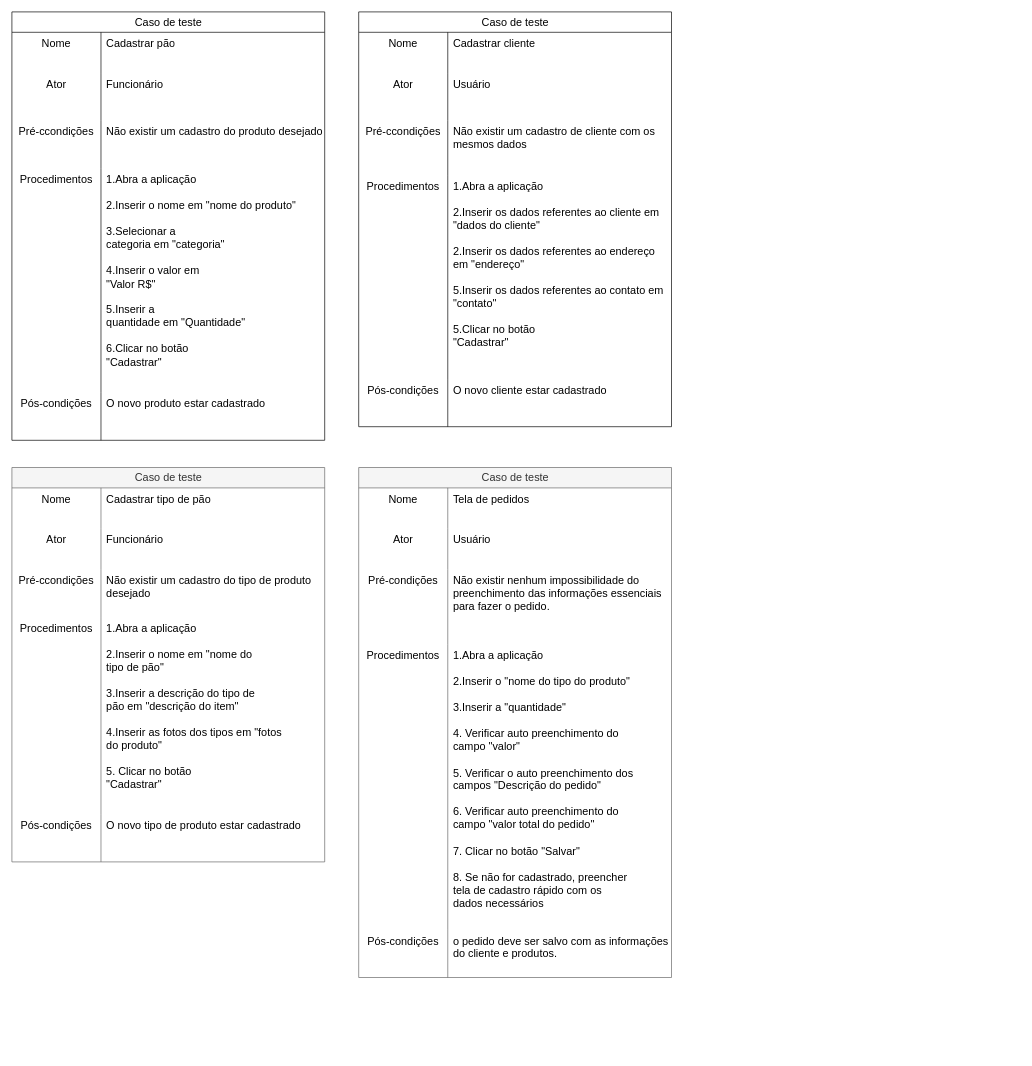
Earlier version of the draw.io diagram Diagramas/caso_de_teste.drawio (LeozinRomeiro/Modelagem_SENAI_CTM). Source tidied: cells renumbered, new cells numbered last; positions are measured from the earlier drawing's top-left corner, leaving out a move shared by most shapes. Both pictures are drawn from the tidied source at 68%, with x=0, y=0 at pixel (12, 12).
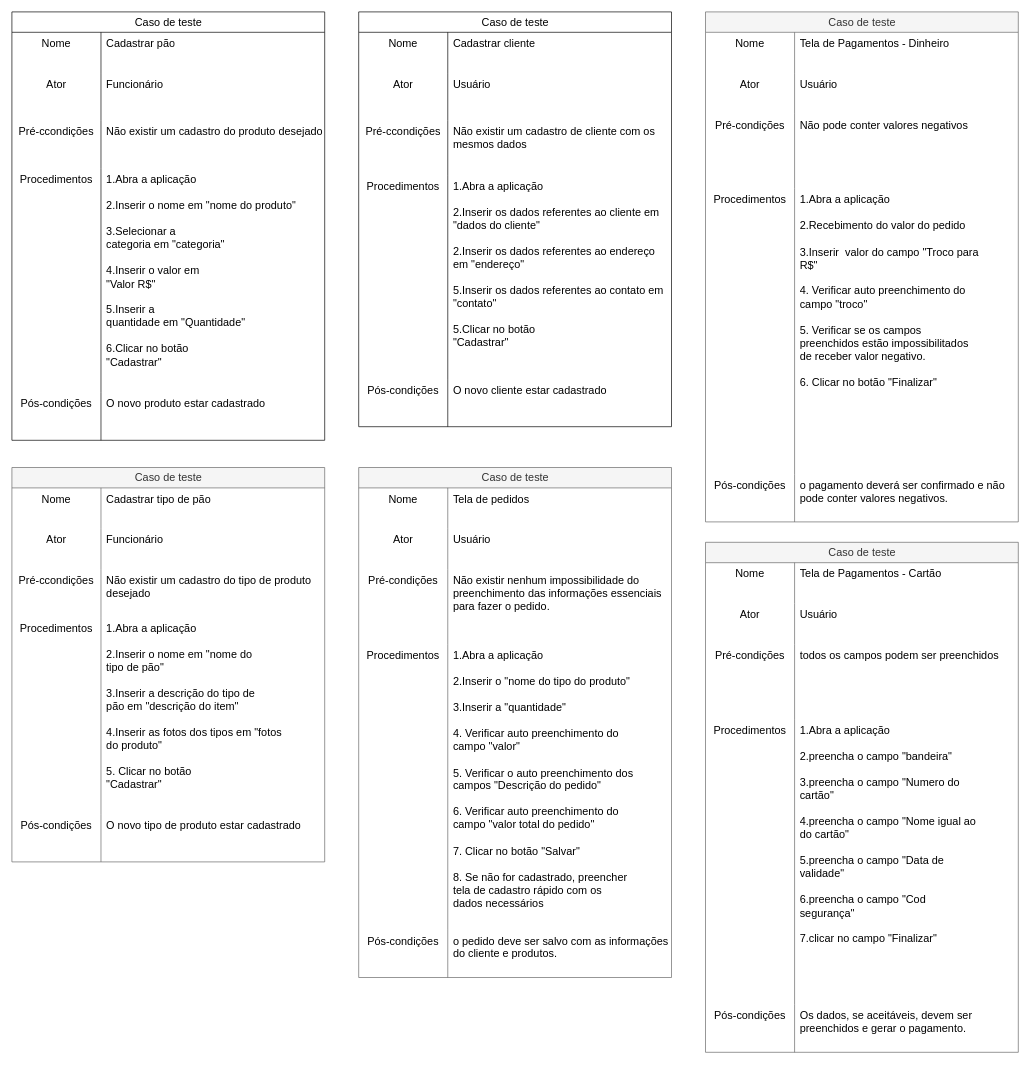
The same diagram, later.

What changed in the source:
```diff
@@
+    <mxCell id="66" value="Caso de teste" style="shape=table;startSize=30;childLayout=tableLayout;rowLines=0;fontStyle=0;strokeColor=#666666;fontSize=16;fontFamily=Helvetica;fontColor=#333333;fillColor=#f5f5f5;html=1;perimeterSpacing=0;strokeWidth=1;" parent="1" vertex="1">
+      <mxGeometry x="1020" width="460" height="750" as="geometry" />
+    </mxCell>
+    <mxCell id="67" style="shape=tableRow;horizontal=0;startSize=0;swimlaneHead=0;swimlaneBody=0;top=0;left=0;bottom=0;right=0;fillColor=none;strokeColor=inherit;fontSize=16;fontFamily=Helvetica;fontColor=default;html=1;" parent="66" vertex="1">
+      <mxGeometry y="30" width="460" height="60" as="geometry" />
+    </mxCell>
+    <mxCell id="68" value="Nome" style="shape=partialRectangle;html=1;whiteSpace=wrap;fillColor=none;top=0;left=0;bottom=0;right=0;overflow=hidden;strokeColor=inherit;fontSize=16;fontFamily=Helvetica;fontColor=default;startSize=30;verticalAlign=top;" parent="67" vertex="1">
+      <mxGeometry width="131" height="60" as="geometry" />
+    </mxCell>
+    <mxCell id="69" value="Tela de Pagamentos - Dinheiro" style="shape=partialRectangle;html=1;whiteSpace=wrap;fillColor=none;top=0;left=0;bottom=0;right=0;align=left;spacingLeft=6;overflow=hidden;strokeColor=inherit;fontSize=16;fontFamily=Helvetica;fontColor=default;startSize=30;verticalAlign=top;" parent="67" vertex="1">
+      <mxGeometry x="131" width="329" height="60" as="geometry" />
+    </mxCell>
+    <mxCell id="70" style="shape=tableRow;horizontal=0;startSize=0;swimlaneHead=0;swimlaneBody=0;top=0;left=0;bottom=0;right=0;fillColor=none;strokeColor=inherit;fontSize=16;fontFamily=Helvetica;fontColor=default;html=1;" parent="66" vertex="1">
+      <mxGeometry y="90" width="460" height="60" as="geometry" />
+    </mxCell>
+    <mxCell id="71" value="Ator" style="shape=partialRectangle;html=1;whiteSpace=wrap;fillColor=none;top=0;left=0;bottom=0;right=0;overflow=hidden;strokeColor=inherit;fontSize=16;fontFamily=Helvetica;fontColor=default;startSize=30;verticalAlign=top;" parent="70" vertex="1">
+      <mxGeometry width="131" height="60" as="geometry" />
+    </mxCell>
+    <mxCell id="72" value="Usuário" style="shape=partialRectangle;html=1;whiteSpace=wrap;fillColor=none;top=0;left=0;bottom=0;right=0;align=left;spacingLeft=6;overflow=hidden;strokeColor=inherit;fontSize=16;fontFamily=Helvetica;fontColor=default;startSize=30;verticalAlign=top;" parent="70" vertex="1">
+      <mxGeometry x="131" width="329" height="60" as="geometry" />
+    </mxCell>
+    <mxCell id="73" style="shape=tableRow;horizontal=0;startSize=0;swimlaneHead=0;swimlaneBody=0;top=0;left=0;bottom=0;right=0;fillColor=none;strokeColor=inherit;fontSize=16;fontFamily=Helvetica;fontColor=default;html=1;" parent="66" vertex="1">
+      <mxGeometry y="150" width="460" height="110" as="geometry" />
+    </mxCell>
+    <mxCell id="74" value="Pré-condições" style="shape=partialRectangle;html=1;whiteSpace=wrap;fillColor=none;top=0;left=0;bottom=0;right=0;overflow=hidden;strokeColor=inherit;fontSize=16;fontFamily=Helvetica;fontColor=default;startSize=30;verticalAlign=top;" parent="73" vertex="1">
+      <mxGeometry width="131" height="110" as="geometry" />
+    </mxCell>
+    <mxCell id="75" value="Não pode conter valores negativos&amp;nbsp;" style="shape=partialRectangle;html=1;whiteSpace=wrap;fillColor=none;top=0;left=0;bottom=0;right=0;align=left;spacingLeft=6;overflow=hidden;strokeColor=inherit;fontSize=16;fontFamily=Helvetica;fontColor=default;startSize=30;verticalAlign=top;" parent="73" vertex="1">
+      <mxGeometry x="131" width="329" height="110" as="geometry" />
+    </mxCell>
+    <mxCell id="76" style="shape=tableRow;horizontal=0;startSize=0;swimlaneHead=0;swimlaneBody=0;top=0;left=0;bottom=0;right=0;fillColor=none;strokeColor=inherit;fontSize=16;fontFamily=Helvetica;fontColor=default;html=1;" parent="66" vertex="1">
+      <mxGeometry y="260" width="460" height="420" as="geometry" />
+    </mxCell>
+    <mxCell id="77" value="Procedimentos" style="shape=partialRectangle;html=1;whiteSpace=wrap;fillColor=none;top=0;left=0;bottom=0;right=0;overflow=hidden;strokeColor=inherit;fontSize=16;fontFamily=Helvetica;fontColor=default;startSize=30;verticalAlign=top;" parent="76" vertex="1">
+      <mxGeometry width="131" height="420" as="geometry" />
+    </mxCell>
+    <mxCell id="78" value="1.Abra a aplicação&lt;br&gt;&lt;br&gt;&lt;table style=&quot;border-collapse:&lt;br/&gt; collapse;width:200pt&quot; width=&quot;267&quot; cellspacing=&quot;0&quot; cellpadding=&quot;0&quot; border=&quot;0&quot;&gt;&lt;tbody&gt;&lt;tr style=&quot;height:15.0pt&quot; height=&quot;20&quot;&gt;  &lt;td style=&quot;height:15.0pt;width:200pt&quot; width=&quot;267&quot; height=&quot;20&quot;&gt;2.Recebimento do valor do pedido&lt;br&gt;&lt;br&gt;&lt;table style=&quot;border-collapse:&lt;br/&gt; collapse;width:200pt&quot; width=&quot;267&quot; cellspacing=&quot;0&quot; cellpadding=&quot;0&quot; border=&quot;0&quot;&gt;&lt;tbody&gt;&lt;tr style=&quot;height:15.0pt&quot; height=&quot;20&quot;&gt;  &lt;td style=&quot;height:15.0pt;width:200pt&quot; width=&quot;267&quot; height=&quot;20&quot;&gt;3.Inserir&amp;nbsp; valor do campo &quot;Troco para R$&quot;&lt;br&gt;&lt;table style=&quot;border-collapse:&lt;br/&gt; collapse;width:200pt&quot; width=&quot;267&quot; cellspacing=&quot;0&quot; cellpadding=&quot;0&quot; border=&quot;0&quot;&gt;&lt;tbody&gt;&lt;tr style=&quot;height:15.0pt&quot; height=&quot;20&quot;&gt;&lt;td style=&quot;height:15.0pt;width:200pt&quot; width=&quot;267&quot; height=&quot;20&quot;&gt;&lt;br&gt;4. Verificar auto preenchimento do campo &quot;troco&quot;&lt;br&gt;&lt;br&gt;5. Verificar se os campos preenchidos estão impossibilitados de receber valor negativo.&lt;br&gt;&lt;br&gt;6. Clicar no botão &quot;Finalizar&quot;&lt;br&gt;&lt;br&gt;&lt;/td&gt;&lt;/tr&gt;&lt;/tbody&gt;&lt;/table&gt;&lt;/td&gt;&lt;/tr&gt;&lt;/tbody&gt;&lt;/table&gt;&lt;/td&gt;&lt;/tr&gt;&lt;/tbody&gt;&lt;/table&gt;" style="shape=partialRectangle;html=1;whiteSpace=wrap;fillColor=none;top=0;left=0;bottom=0;right=0;align=left;spacingLeft=6;overflow=hidden;strokeColor=inherit;fontSize=16;fontFamily=Helvetica;fontColor=default;startSize=30;verticalAlign=top;" parent="76" vertex="1">
+      <mxGeometry x="131" width="329" height="420" as="geometry" />
+    </mxCell>
+    <mxCell id="79" style="shape=tableRow;horizontal=0;startSize=0;swimlaneHead=0;swimlaneBody=0;top=0;left=0;bottom=0;right=0;fillColor=none;strokeColor=inherit;fontSize=16;fontFamily=Helvetica;fontColor=default;html=1;" parent="66" vertex="1">
+      <mxGeometry y="680" width="460" height="70" as="geometry" />
+    </mxCell>
+    <mxCell id="80" value="Pós-condições" style="shape=partialRectangle;html=1;whiteSpace=wrap;fillColor=none;top=0;left=0;bottom=0;right=0;overflow=hidden;strokeColor=inherit;fontSize=16;fontFamily=Helvetica;fontColor=default;startSize=30;verticalAlign=top;" parent="79" vertex="1">
+      <mxGeometry width="131" height="70" as="geometry" />
+    </mxCell>
+    <mxCell id="81" value="o pagamento deverá ser confirmado e não pode conter valores negativos." style="shape=partialRectangle;html=1;whiteSpace=wrap;fillColor=none;top=0;left=0;bottom=0;right=0;align=left;spacingLeft=6;overflow=hidden;strokeColor=inherit;fontSize=16;fontFamily=Helvetica;fontColor=default;startSize=30;verticalAlign=top;perimeterSpacing=1;strokeWidth=5;" parent="79" vertex="1">
+      <mxGeometry x="131" width="329" height="70" as="geometry" />
+    </mxCell>
+    <mxCell id="82" value="Caso de teste" style="shape=table;startSize=30;childLayout=tableLayout;rowLines=0;fontStyle=0;strokeColor=#666666;fontSize=16;fontFamily=Helvetica;fontColor=#333333;fillColor=#f5f5f5;html=1;perimeterSpacing=0;strokeWidth=1;" parent="1" vertex="1">
+      <mxGeometry x="1020" y="780" width="460" height="750" as="geometry" />
+    </mxCell>
+    <mxCell id="83" style="shape=tableRow;horizontal=0;startSize=0;swimlaneHead=0;swimlaneBody=0;top=0;left=0;bottom=0;right=0;fillColor=none;strokeColor=inherit;fontSize=16;fontFamily=Helvetica;fontColor=default;html=1;" parent="82" vertex="1">
+      <mxGeometry y="30" width="460" height="60" as="geometry" />
+    </mxCell>
+    <mxCell id="84" value="Nome" style="shape=partialRectangle;html=1;whiteSpace=wrap;fillColor=none;top=0;left=0;bottom=0;right=0;overflow=hidden;strokeColor=inherit;fontSize=16;fontFamily=Helvetica;fontColor=default;startSize=30;verticalAlign=top;" parent="83" vertex="1">
+      <mxGeometry width="131" height="60" as="geometry" />
+    </mxCell>
+    <mxCell id="85" value="Tela de Pagamentos - Cartão" style="shape=partialRectangle;html=1;whiteSpace=wrap;fillColor=none;top=0;left=0;bottom=0;right=0;align=left;spacingLeft=6;overflow=hidden;strokeColor=inherit;fontSize=16;fontFamily=Helvetica;fontColor=default;startSize=30;verticalAlign=top;" parent="83" vertex="1">
+      <mxGeometry x="131" width="329" height="60" as="geometry" />
+    </mxCell>
+    <mxCell id="86" style="shape=tableRow;horizontal=0;startSize=0;swimlaneHead=0;swimlaneBody=0;top=0;left=0;bottom=0;right=0;fillColor=none;strokeColor=inherit;fontSize=16;fontFamily=Helvetica;fontColor=default;html=1;" parent="82" vertex="1">
+      <mxGeometry y="90" width="460" height="60" as="geometry" />
+    </mxCell>
+    <mxCell id="87" value="Ator" style="shape=partialRectangle;html=1;whiteSpace=wrap;fillColor=none;top=0;left=0;bottom=0;right=0;overflow=hidden;strokeColor=inherit;fontSize=16;fontFamily=Helvetica;fontColor=default;startSize=30;verticalAlign=top;" parent="86" vertex="1">
+      <mxGeometry width="131" height="60" as="geometry" />
+    </mxCell>
+    <mxCell id="88" value="Usuário" style="shape=partialRectangle;html=1;whiteSpace=wrap;fillColor=none;top=0;left=0;bottom=0;right=0;align=left;spacingLeft=6;overflow=hidden;strokeColor=inherit;fontSize=16;fontFamily=Helvetica;fontColor=default;startSize=30;verticalAlign=top;" parent="86" vertex="1">
+      <mxGeometry x="131" width="329" height="60" as="geometry" />
+    </mxCell>
+    <mxCell id="89" style="shape=tableRow;horizontal=0;startSize=0;swimlaneHead=0;swimlaneBody=0;top=0;left=0;bottom=0;right=0;fillColor=none;strokeColor=inherit;fontSize=16;fontFamily=Helvetica;fontColor=default;html=1;" parent="82" vertex="1">
+      <mxGeometry y="150" width="460" height="110" as="geometry" />
+    </mxCell>
+    <mxCell id="90" value="Pré-condições" style="shape=partialRectangle;html=1;whiteSpace=wrap;fillColor=none;top=0;left=0;bottom=0;right=0;overflow=hidden;strokeColor=inherit;fontSize=16;fontFamily=Helvetica;fontColor=default;startSize=30;verticalAlign=top;" parent="89" vertex="1">
+      <mxGeometry width="131" height="110" as="geometry" />
+    </mxCell>
+    <mxCell id="91" value="todos os campos podem ser preenchidos" style="shape=partialRectangle;html=1;whiteSpace=wrap;fillColor=none;top=0;left=0;bottom=0;right=0;align=left;spacingLeft=6;overflow=hidden;strokeColor=inherit;fontSize=16;fontFamily=Helvetica;fontColor=default;startSize=30;verticalAlign=top;" parent="89" vertex="1">
+      <mxGeometry x="131" width="329" height="110" as="geometry" />
+    </mxCell>
+    <mxCell id="92" style="shape=tableRow;horizontal=0;startSize=0;swimlaneHead=0;swimlaneBody=0;top=0;left=0;bottom=0;right=0;fillColor=none;strokeColor=inherit;fontSize=16;fontFamily=Helvetica;fontColor=default;html=1;" parent="82" vertex="1">
+      <mxGeometry y="260" width="460" height="420" as="geometry" />
+    </mxCell>
+    <mxCell id="93" value="Procedimentos" style="shape=partialRectangle;html=1;whiteSpace=wrap;fillColor=none;top=0;left=0;bottom=0;right=0;overflow=hidden;strokeColor=inherit;fontSize=16;fontFamily=Helvetica;fontColor=default;startSize=30;verticalAlign=top;" parent="92" vertex="1">
+      <mxGeometry width="131" height="420" as="geometry" />
+    </mxCell>
+    <mxCell id="94" value="1.Abra a aplicação&lt;br&gt;&lt;br&gt;&lt;table style=&quot;border-collapse:&lt;br/&gt; collapse;width:200pt&quot; width=&quot;267&quot; cellspacing=&quot;0&quot; cellpadding=&quot;0&quot; border=&quot;0&quot;&gt;&lt;tbody&gt;&lt;tr style=&quot;height:15.0pt&quot; height=&quot;20&quot;&gt;  &lt;td style=&quot;height:15.0pt;width:200pt&quot; width=&quot;267&quot; height=&quot;20&quot;&gt;2.preencha o campo &quot;bandeira&quot;&lt;br&gt;&lt;br&gt;&lt;table style=&quot;border-collapse:&lt;br/&gt; collapse;width:200pt&quot; width=&quot;267&quot; cellspacing=&quot;0&quot; cellpadding=&quot;0&quot; border=&quot;0&quot;&gt;&lt;tbody&gt;&lt;tr style=&quot;height:15.0pt&quot; height=&quot;20&quot;&gt;  &lt;td style=&quot;height:15.0pt;width:200pt&quot; width=&quot;267&quot; height=&quot;20&quot;&gt;3.preencha o campo &quot;Numero do cartão&quot;&lt;br&gt;&lt;br&gt;4.preencha o campo &quot;Nome igual ao do cartão&quot;&lt;br&gt;&lt;br&gt;5.preencha o campo &quot;Data de validade&quot;&lt;br&gt;&lt;br&gt;6.preencha o campo &quot;Cod segurança&quot;&lt;br&gt;&lt;br&gt;7.clicar no campo &quot;Finalizar&quot;&lt;br&gt;&lt;/td&gt;&lt;/tr&gt;&lt;/tbody&gt;&lt;/table&gt;&lt;/td&gt;&lt;/tr&gt;&lt;/tbody&gt;&lt;/table&gt;" style="shape=partialRectangle;html=1;whiteSpace=wrap;fillColor=none;top=0;left=0;bottom=0;right=0;align=left;spacingLeft=6;overflow=hidden;strokeColor=inherit;fontSize=16;fontFamily=Helvetica;fontColor=default;startSize=30;verticalAlign=top;" parent="92" vertex="1">
+      <mxGeometry x="131" width="329" height="420" as="geometry" />
+    </mxCell>
+    <mxCell id="95" style="shape=tableRow;horizontal=0;startSize=0;swimlaneHead=0;swimlaneBody=0;top=0;left=0;bottom=0;right=0;fillColor=none;strokeColor=inherit;fontSize=16;fontFamily=Helvetica;fontColor=default;html=1;" parent="82" vertex="1">
+      <mxGeometry y="680" width="460" height="70" as="geometry" />
+    </mxCell>
+    <mxCell id="96" value="Pós-condições" style="shape=partialRectangle;html=1;whiteSpace=wrap;fillColor=none;top=0;left=0;bottom=0;right=0;overflow=hidden;strokeColor=inherit;fontSize=16;fontFamily=Helvetica;fontColor=default;startSize=30;verticalAlign=top;" parent="95" vertex="1">
+      <mxGeometry width="131" height="70" as="geometry" />
+    </mxCell>
+    <mxCell id="97" value="Os dados, se aceitáveis, devem ser preenchidos e gerar o pagamento.&amp;nbsp;" style="shape=partialRectangle;html=1;whiteSpace=wrap;fillColor=none;top=0;left=0;bottom=0;right=0;align=left;spacingLeft=6;overflow=hidden;strokeColor=inherit;fontSize=16;fontFamily=Helvetica;fontColor=default;startSize=30;verticalAlign=top;perimeterSpacing=1;strokeWidth=5;" parent="95" vertex="1">
+      <mxGeometry x="131" width="329" height="70" as="geometry" />
+    </mxCell>
```
